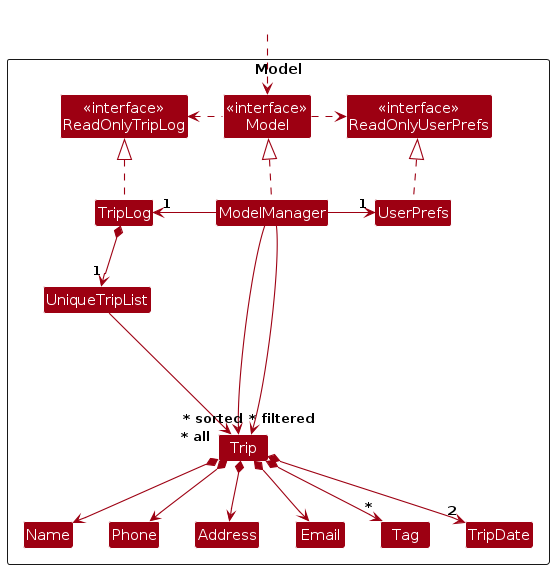
Earlier version of the PlantUML export diagrams/ModelClassDiagram.png (AY2526S2-CS2103-F13-2/tp). Its source is kept beside it as diagrams/ModelClassDiagram.puml.
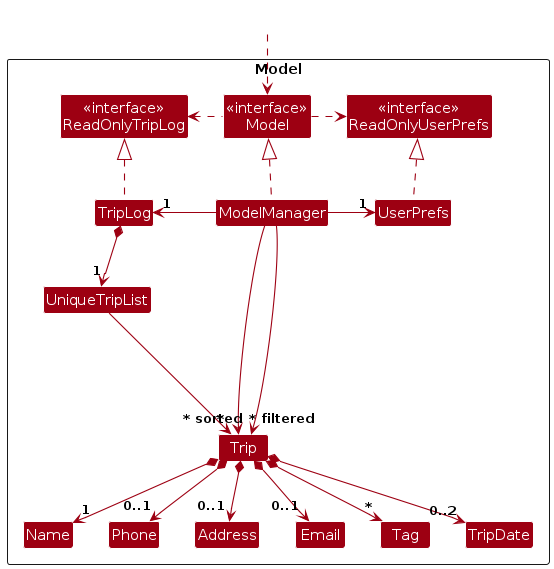
After the change.

The edit, as a diff of the source:
```diff
@@ -37,13 +37,13 @@
 UserPrefs .up.|> ReadOnlyUserPrefs
 
 TripLog *--> "1" UniqueTripList
-UniqueTripList --> "~* all" Trip
-Trip *--> Name
-Trip *--> Phone
-Trip *--> Email
-Trip *--> Address
+UniqueTripList --> "*" Trip
+Trip *--> "1" Name
+Trip *--> "0..1" Phone
+Trip *--> "0..1" Email
+Trip *--> "0..1" Address
 Trip *--> "*" Tag
-Trip *--> "2" TripDate
+Trip *--> "0..2" TripDate
 
 Trip : + getNameLowerCase() : String
 
```
